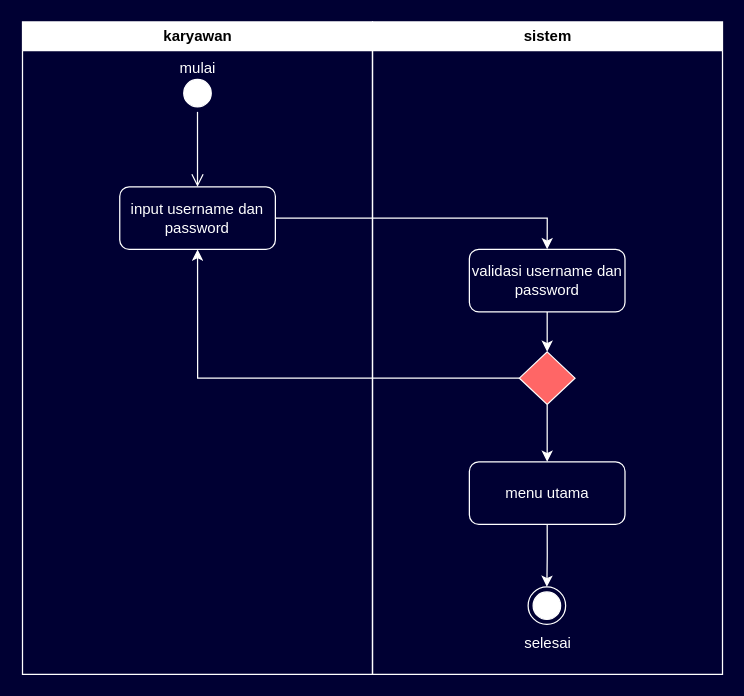
k-barr/Diagram keeps this draw.io diagram as activity diagram login desain.drawio. Above is the earlier version. Source tidied: cells renumbered, new cells numbered last; positions are measured from the earlier drawing's top-left corner, leaving out a move shared by most shapes. Both pictures are drawn from the tidied source at 125%, with x=0, y=0 at pixel (21, 21).
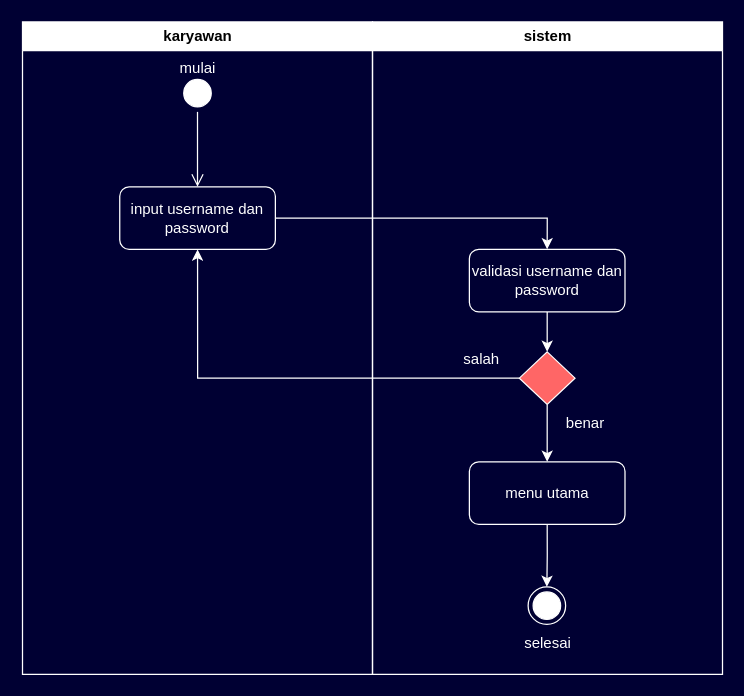
Above is the later version.

The change refers to these unchanged cells:
```xml
<mxCell id="7" value="sistem" style="swimlane;whiteSpace=wrap;strokeColor=#FFFFFF;startSize=23;" parent="1" vertex="1">
  <mxGeometry x="280.5" width="280" height="522" as="geometry" />
</mxCell>
```

What changed in the source:
```diff
@@
+    <mxCell id="18" value="&lt;font color=&quot;#ffffff&quot;&gt;salah&lt;/font&gt;" style="text;html=1;align=center;verticalAlign=middle;whiteSpace=wrap;rounded=0;" parent="7" vertex="1">
+      <mxGeometry x="57.5" y="255" width="60" height="30" as="geometry" />
+    </mxCell>
+    <mxCell id="19" value="&lt;font color=&quot;#ffffff&quot;&gt;benar&lt;/font&gt;" style="text;html=1;align=center;verticalAlign=middle;whiteSpace=wrap;rounded=0;" parent="7" vertex="1">
+      <mxGeometry x="140.5" y="306" width="60" height="30" as="geometry" />
+    </mxCell>
```
